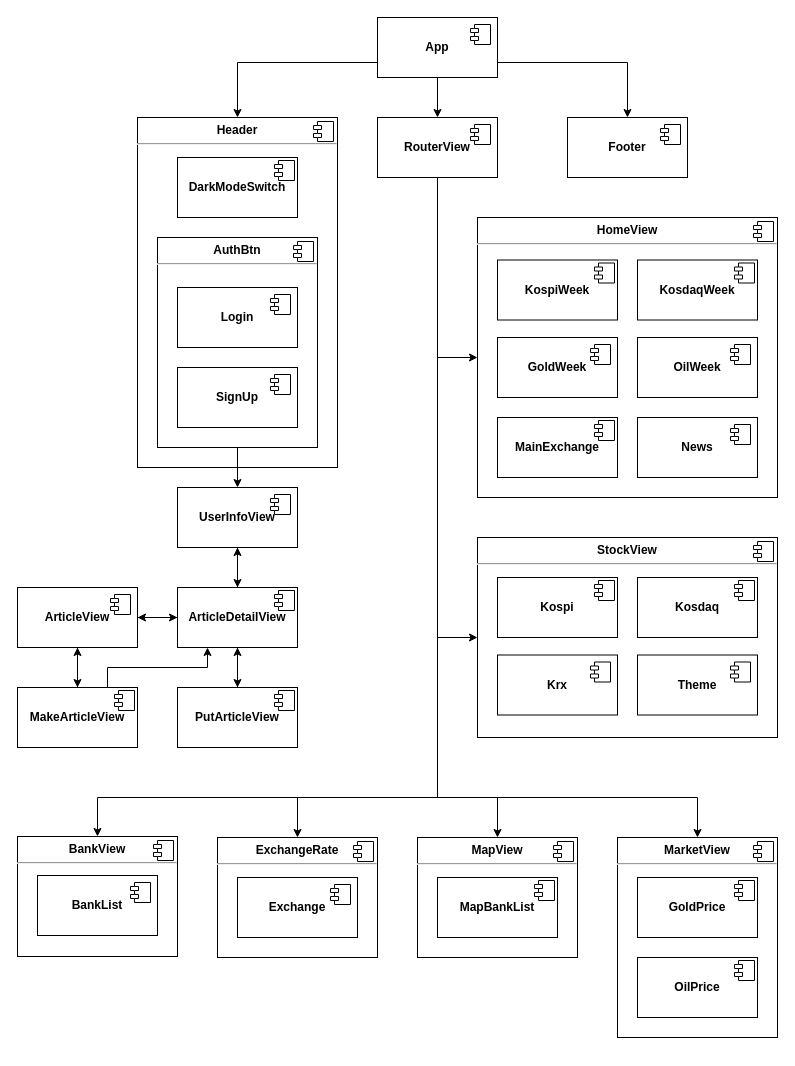
This is 컴포넌트구조도.drawio from Shin-3117/SSAFY_Team_Project, a draw.io file, before an edit. Source tidied: cells renumbered, new cells numbered last; positions are measured from the earlier drawing's top-left corner, leaving out a move shared by most shapes. Both pictures are drawn from the tidied source at 100%, with x=0, y=0 at pixel (17, 17).
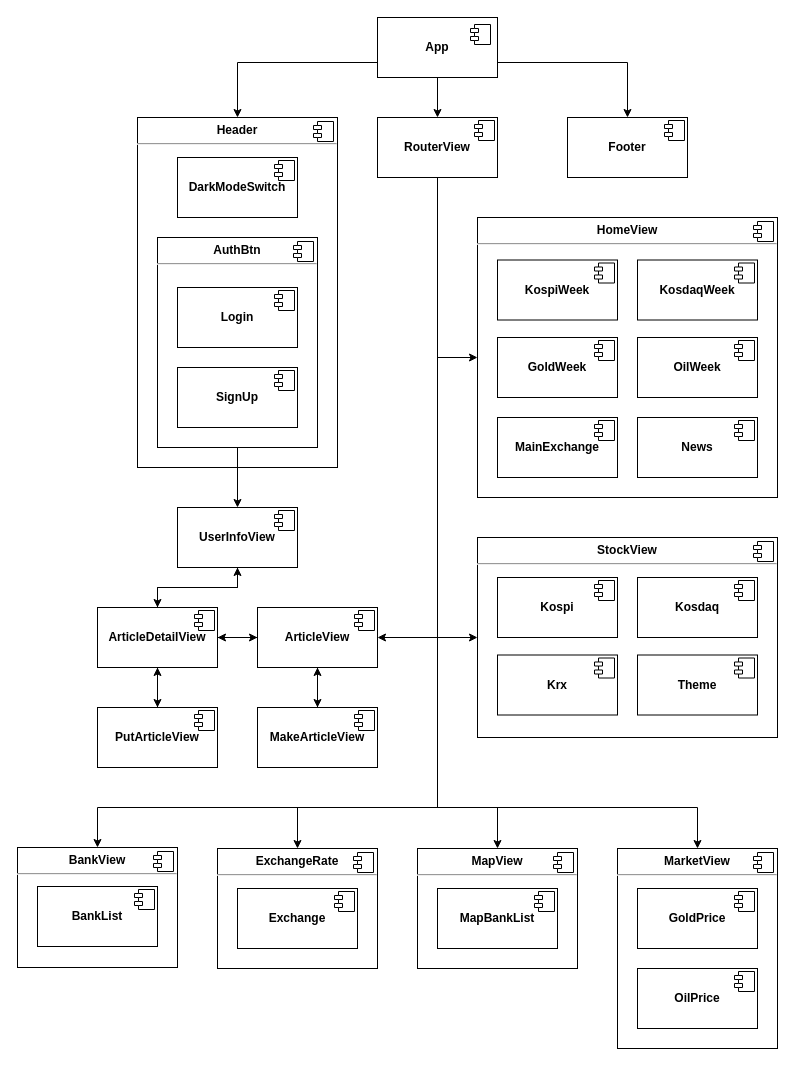
After the change.

Commit message:
컴포넌트구조도.drawio 업데이트

The change refers to these unchanged cells:
```xml
<mxCell id="13" value="&lt;b&gt;RouterView&lt;/b&gt;" style="html=1;whiteSpace=wrap;" parent="1" vertex="1">
  <mxGeometry x="360" y="100" width="120" height="60" as="geometry" />
</mxCell>
<mxCell id="15" value="&lt;b&gt;Footer&lt;/b&gt;" style="html=1;whiteSpace=wrap;" parent="1" vertex="1">
  <mxGeometry x="550" y="100" width="120" height="60" as="geometry" />
</mxCell>
<mxCell id="30" value="&lt;b&gt;GoldWeek&lt;/b&gt;" style="html=1;whiteSpace=wrap;" parent="1" vertex="1">
  <mxGeometry x="480" y="320" width="120" height="60" as="geometry" />
</mxCell>
<mxCell id="32" value="&lt;b&gt;OilWeek&lt;/b&gt;" style="html=1;whiteSpace=wrap;" parent="1" vertex="1">
  <mxGeometry x="620" y="320" width="120" height="60" as="geometry" />
</mxCell>
<mxCell id="36" value="&lt;b&gt;News&lt;/b&gt;" style="html=1;whiteSpace=wrap;" parent="1" vertex="1">
  <mxGeometry x="620" y="400" width="120" height="60" as="geometry" />
</mxCell>
<mxCell id="43" value="&lt;b&gt;Login&lt;/b&gt;" style="html=1;whiteSpace=wrap;" parent="1" vertex="1">
  <mxGeometry x="160" y="270" width="120" height="60" as="geometry" />
</mxCell>
<mxCell id="45" value="&lt;b&gt;SignUp&lt;/b&gt;" style="html=1;whiteSpace=wrap;" parent="1" vertex="1">
  <mxGeometry x="160" y="350" width="120" height="60" as="geometry" />
</mxCell>
<mxCell id="74" value="&lt;b&gt;Krx&lt;/b&gt;" style="html=1;whiteSpace=wrap;" parent="1" vertex="1">
  <mxGeometry x="480" y="637.5" width="120" height="60" as="geometry" />
</mxCell>
<mxCell id="76" value="&lt;b&gt;Theme&lt;/b&gt;" style="html=1;whiteSpace=wrap;" parent="1" vertex="1">
  <mxGeometry x="620" y="637.5" width="120" height="60" as="geometry" />
</mxCell>
```

Change to the diagram source:
```diff
@@
     <mxCell id="9" style="edgeStyle=orthogonalEdgeStyle;rounded=0;jettySize=auto;html=1;exitX=0.5;exitY=1;exitDx=0;exitDy=0;entryX=0.5;entryY=0;entryDx=0;entryDy=0;" parent="1" edge="1" source="13" target="58">
       <mxGeometry relative="1" as="geometry">
         <Array as="points">
-          <mxPoint x="420" y="780" />
-          <mxPoint x="480" y="780" />
+          <mxPoint x="420" y="790" />
+          <mxPoint x="480" y="790" />
         </Array>
       </mxGeometry>
     </mxCell>
     <mxCell id="10" style="edgeStyle=orthogonalEdgeStyle;rounded=0;jettySize=auto;html=1;entryX=0.5;entryY=0;entryDx=0;entryDy=0;exitX=0.5;exitY=1;exitDx=0;exitDy=0;" parent="1" edge="1" source="13" target="62">
       <mxGeometry relative="1" as="geometry">
         <Array as="points">
-          <mxPoint x="420" y="780" />
-          <mxPoint x="680" y="780" />
+          <mxPoint x="420" y="790" />
+          <mxPoint x="680" y="790" />
         </Array>
       </mxGeometry>
     </mxCell>
     <mxCell id="11" style="edgeStyle=orthogonalEdgeStyle;rounded=0;jettySize=auto;html=1;entryX=0.5;entryY=0;entryDx=0;entryDy=0;" parent="1" edge="1" source="13" target="54">
       <mxGeometry relative="1" as="geometry">
         <Array as="points">
-          <mxPoint x="420" y="780" />
-          <mxPoint x="280" y="780" />
+          <mxPoint x="420" y="790" />
+          <mxPoint x="280" y="790" />
         </Array>
       </mxGeometry>
     </mxCell>
     <mxCell id="12" style="edgeStyle=orthogonalEdgeStyle;rounded=0;jettySize=auto;html=1;exitX=0.5;exitY=1;exitDx=0;exitDy=0;entryX=0.5;entryY=0;entryDx=0;entryDy=0;" parent="1" edge="1" source="13" target="49">
       <mxGeometry relative="1" as="geometry">
         <Array as="points">
-          <mxPoint x="420" y="780" />
-          <mxPoint x="80" y="780" />
+          <mxPoint x="420" y="790" />
+          <mxPoint x="80" y="790" />
         </Array>
       </mxGeometry>
     </mxCell>
+    <mxCell id="90" style="edgeStyle=orthogonalEdgeStyle;rounded=0;jettySize=auto;html=1;exitX=0.5;exitY=1;exitDx=0;exitDy=0;entryX=1;entryY=0.5;entryDx=0;entryDy=0;" parent="1" edge="1" source="13" target="19">
+      <mxGeometry relative="1" as="geometry" />
+    </mxCell>
@@
     <mxCell id="14" style="shape=module;jettyWidth=8;jettyHeight=4;" parent="13" vertex="1">
       <mxGeometry x="1" width="20" height="20" relative="1" as="geometry">
-        <mxPoint x="-27" y="7" as="offset" />
+        <mxPoint x="-23" y="3" as="offset" />
       </mxGeometry>
     </mxCell>
@@
     <mxCell id="16" style="shape=module;jettyWidth=8;jettyHeight=4;" parent="15" vertex="1">
       <mxGeometry x="1" width="20" height="20" relative="1" as="geometry">
-        <mxPoint x="-27" y="7" as="offset" />
+        <mxPoint x="-23" y="3" as="offset" />
       </mxGeometry>
     </mxCell>
+    <mxCell id="18" style="edgeStyle=orthogonalEdgeStyle;rounded=0;jettySize=auto;html=1;exitX=0.5;exitY=1;exitDx=0;exitDy=0;entryX=0.5;entryY=0;entryDx=0;entryDy=0;" parent="1" edge="1" source="19" target="85">
+      <mxGeometry relative="1" as="geometry" />
+    </mxCell>
-    <mxCell id="17" style="edgeStyle=orthogonalEdgeStyle;rounded=0;jettySize=auto;html=1;exitX=1;exitY=0.5;exitDx=0;exitDy=0;entryX=0;entryY=0.5;entryDx=0;entryDy=0;" parent="1" edge="1" source="19" target="81">
+    <mxCell id="17" style="edgeStyle=orthogonalEdgeStyle;rounded=0;jettySize=auto;html=1;exitX=0;exitY=0.5;exitDx=0;exitDy=0;entryX=1;entryY=0.5;entryDx=0;entryDy=0;" parent="1" edge="1" source="19" target="81">
       <mxGeometry relative="1" as="geometry" />
     </mxCell>
-    <mxCell id="18" style="edgeStyle=orthogonalEdgeStyle;rounded=0;jettySize=auto;html=1;exitX=0.5;exitY=1;exitDx=0;exitDy=0;entryX=0.5;entryY=0;entryDx=0;entryDy=0;" parent="1" edge="1" source="19" target="85">
-      <mxGeometry relative="1" as="geometry" />
-    </mxCell>
     <mxCell id="19" value="&lt;b&gt;ArticleView&lt;/b&gt;" style="html=1;whiteSpace=wrap;" parent="1" vertex="1">
-      <mxGeometry y="570" width="120" height="60" as="geometry" />
+      <mxGeometry x="240" y="590" width="120" height="60" as="geometry" />
     </mxCell>
     <mxCell id="20" style="shape=module;jettyWidth=8;jettyHeight=4;" parent="19" vertex="1">
       <mxGeometry x="1" width="20" height="20" relative="1" as="geometry">
-        <mxPoint x="-27" y="7" as="offset" />
+        <mxPoint x="-23" y="3" as="offset" />
       </mxGeometry>
     </mxCell>
@@
     <mxCell id="22" value="&lt;b&gt;UserInfoView&lt;/b&gt;" style="html=1;whiteSpace=wrap;" parent="1" vertex="1">
-      <mxGeometry x="160" y="470" width="120" height="60" as="geometry" />
+      <mxGeometry x="160" y="490" width="120" height="60" as="geometry" />
     </mxCell>
     <mxCell id="23" style="shape=module;jettyWidth=8;jettyHeight=4;" parent="22" vertex="1">
       <mxGeometry x="1" width="20" height="20" relative="1" as="geometry">
-        <mxPoint x="-27" y="7" as="offset" />
+        <mxPoint x="-23" y="3" as="offset" />
       </mxGeometry>
     </mxCell>
@@
     <mxCell id="31" style="shape=module;jettyWidth=8;jettyHeight=4;" parent="30" vertex="1">
       <mxGeometry x="1" width="20" height="20" relative="1" as="geometry">
-        <mxPoint x="-27" y="7" as="offset" />
+        <mxPoint x="-23" y="3" as="offset" />
       </mxGeometry>
     </mxCell>
@@
     <mxCell id="33" style="shape=module;jettyWidth=8;jettyHeight=4;" parent="32" vertex="1">
       <mxGeometry x="1" width="20" height="20" relative="1" as="geometry">
-        <mxPoint x="-27" y="7" as="offset" />
+        <mxPoint x="-23" y="3" as="offset" />
       </mxGeometry>
     </mxCell>
@@
     <mxCell id="37" style="shape=module;jettyWidth=8;jettyHeight=4;" parent="36" vertex="1">
       <mxGeometry x="1" width="20" height="20" relative="1" as="geometry">
-        <mxPoint x="-27" y="7" as="offset" />
+        <mxPoint x="-23" y="3" as="offset" />
       </mxGeometry>
     </mxCell>
@@
     <mxCell id="44" style="shape=module;jettyWidth=8;jettyHeight=4;" parent="43" vertex="1">
       <mxGeometry x="1" width="20" height="20" relative="1" as="geometry">
-        <mxPoint x="-27" y="7" as="offset" />
+        <mxPoint x="-23" y="3" as="offset" />
       </mxGeometry>
     </mxCell>
@@
     <mxCell id="46" style="shape=module;jettyWidth=8;jettyHeight=4;" parent="45" vertex="1">
       <mxGeometry x="1" width="20" height="20" relative="1" as="geometry">
-        <mxPoint x="-27" y="7" as="offset" />
+        <mxPoint x="-23" y="3" as="offset" />
       </mxGeometry>
     </mxCell>
@@
     <mxCell id="49" value="&lt;p style=&quot;margin:0px;margin-top:6px;text-align:center;&quot;&gt;&lt;b&gt;BankView&lt;/b&gt;&lt;/p&gt;&lt;hr&gt;&lt;p style=&quot;margin:0px;margin-left:8px;&quot;&gt;&lt;br&gt;&lt;/p&gt;" style="align=left;overflow=fill;html=1;whiteSpace=wrap;" parent="1" vertex="1">
-      <mxGeometry y="819" width="160" height="120" as="geometry" />
+      <mxGeometry y="830" width="160" height="120" as="geometry" />
     </mxCell>
@@
     <mxCell id="51" value="&lt;b&gt;BankList&lt;/b&gt;" style="html=1;whiteSpace=wrap;" parent="1" vertex="1">
-      <mxGeometry x="20" y="858" width="120" height="60" as="geometry" />
+      <mxGeometry x="20" y="869" width="120" height="60" as="geometry" />
     </mxCell>
     <mxCell id="52" style="shape=module;jettyWidth=8;jettyHeight=4;" parent="51" vertex="1">
       <mxGeometry x="1" width="20" height="20" relative="1" as="geometry">
-        <mxPoint x="-27" y="7" as="offset" />
+        <mxPoint x="-23" y="3" as="offset" />
       </mxGeometry>
     </mxCell>
@@
     <mxCell id="54" value="&lt;p style=&quot;margin:0px;margin-top:6px;text-align:center;&quot;&gt;&lt;b style=&quot;border-color: var(--border-color);&quot;&gt;ExchangeRate&lt;/b&gt;&lt;br&gt;&lt;/p&gt;&lt;hr&gt;&lt;p style=&quot;margin:0px;margin-left:8px;&quot;&gt;&lt;br&gt;&lt;/p&gt;" style="align=left;overflow=fill;html=1;whiteSpace=wrap;" parent="1" vertex="1">
-      <mxGeometry x="200" y="820" width="160" height="120" as="geometry" />
+      <mxGeometry x="200" y="831" width="160" height="120" as="geometry" />
     </mxCell>
@@
     <mxCell id="56" value="&lt;b&gt;Exchange&lt;/b&gt;" style="html=1;whiteSpace=wrap;" parent="1" vertex="1">
-      <mxGeometry x="220" y="860" width="120" height="60" as="geometry" />
+      <mxGeometry x="220" y="871" width="120" height="60" as="geometry" />
     </mxCell>
     <mxCell id="57" style="shape=module;jettyWidth=8;jettyHeight=4;" parent="56" vertex="1">
       <mxGeometry x="1" width="20" height="20" relative="1" as="geometry">
-        <mxPoint x="-27" y="7" as="offset" />
+        <mxPoint x="-23" y="3" as="offset" />
       </mxGeometry>
     </mxCell>
     <mxCell id="58" value="&lt;p style=&quot;margin:0px;margin-top:6px;text-align:center;&quot;&gt;&lt;b&gt;MapView&lt;/b&gt;&lt;/p&gt;&lt;hr&gt;&lt;p style=&quot;margin:0px;margin-left:8px;&quot;&gt;&lt;br&gt;&lt;/p&gt;" style="align=left;overflow=fill;html=1;whiteSpace=wrap;" parent="1" vertex="1">
-      <mxGeometry x="400" y="820" width="160" height="120" as="geometry" />
+      <mxGeometry x="400" y="831" width="160" height="120" as="geometry" />
     </mxCell>
@@
     <mxCell id="60" value="&lt;b&gt;MapBankList&lt;/b&gt;" style="html=1;whiteSpace=wrap;" parent="1" vertex="1">
-      <mxGeometry x="420" y="860" width="120" height="60" as="geometry" />
+      <mxGeometry x="420" y="871" width="120" height="60" as="geometry" />
     </mxCell>
@@
     <mxCell id="62" value="&lt;p style=&quot;margin:0px;margin-top:6px;text-align:center;&quot;&gt;&lt;b&gt;MarketView&lt;/b&gt;&lt;/p&gt;&lt;hr&gt;&lt;p style=&quot;margin:0px;margin-left:8px;&quot;&gt;&lt;br&gt;&lt;/p&gt;" style="align=left;overflow=fill;html=1;whiteSpace=wrap;" parent="1" vertex="1">
-      <mxGeometry x="600" y="820" width="160" height="200" as="geometry" />
+      <mxGeometry x="600" y="831" width="160" height="200" as="geometry" />
     </mxCell>
@@
     <mxCell id="64" value="&lt;b&gt;GoldPrice&lt;/b&gt;" style="html=1;whiteSpace=wrap;" parent="1" vertex="1">
-      <mxGeometry x="620" y="860" width="120" height="60" as="geometry" />
+      <mxGeometry x="620" y="871" width="120" height="60" as="geometry" />
     </mxCell>
@@
     <mxCell id="66" value="&lt;b&gt;OilPrice&lt;/b&gt;" style="html=1;whiteSpace=wrap;" parent="1" vertex="1">
-      <mxGeometry x="620" y="940" width="120" height="60" as="geometry" />
+      <mxGeometry x="620" y="951" width="120" height="60" as="geometry" />
     </mxCell>
@@
     <mxCell id="75" style="shape=module;jettyWidth=8;jettyHeight=4;" parent="74" vertex="1">
       <mxGeometry x="1" width="20" height="20" relative="1" as="geometry">
-        <mxPoint x="-27" y="7" as="offset" />
+        <mxPoint x="-23" y="3" as="offset" />
       </mxGeometry>
     </mxCell>
@@
     <mxCell id="77" style="shape=module;jettyWidth=8;jettyHeight=4;" parent="76" vertex="1">
       <mxGeometry x="1" width="20" height="20" relative="1" as="geometry">
-        <mxPoint x="-27" y="7" as="offset" />
+        <mxPoint x="-23" y="3" as="offset" />
       </mxGeometry>
     </mxCell>
@@
-    <mxCell id="79" style="edgeStyle=orthogonalEdgeStyle;rounded=0;jettySize=auto;html=1;exitX=0;exitY=0.5;exitDx=0;exitDy=0;" parent="1" edge="1" source="81">
-      <mxGeometry relative="1" as="geometry">
-        <mxPoint x="120" y="600" as="targetPoint" />
-      </mxGeometry>
-    </mxCell>
@@
+    <mxCell id="91" style="edgeStyle=orthogonalEdgeStyle;rounded=0;jettySize=auto;html=1;exitX=1;exitY=0.5;exitDx=0;exitDy=0;entryX=0;entryY=0.5;entryDx=0;entryDy=0;" parent="1" edge="1" source="81" target="19">
+      <mxGeometry relative="1" as="geometry" />
+    </mxCell>
     <mxCell id="81" value="&lt;b&gt;ArticleDetailView&lt;/b&gt;" style="html=1;whiteSpace=wrap;" parent="1" vertex="1">
-      <mxGeometry x="160" y="570" width="120" height="60" as="geometry" />
+      <mxGeometry x="80" y="590" width="120" height="60" as="geometry" />
     </mxCell>
@@
-    <mxCell id="84" style="edgeStyle=orthogonalEdgeStyle;rounded=0;jettySize=auto;html=1;exitX=0.75;exitY=0;exitDx=0;exitDy=0;entryX=0.25;entryY=1;entryDx=0;entryDy=0;" parent="1" edge="1" source="85" target="81">
-      <mxGeometry relative="1" as="geometry" />
-    </mxCell>
     <mxCell id="85" value="&lt;b&gt;MakeArticleView&lt;/b&gt;" style="html=1;whiteSpace=wrap;" parent="1" vertex="1">
-      <mxGeometry y="670" width="120" height="60" as="geometry" />
+      <mxGeometry x="240" y="690" width="120" height="60" as="geometry" />
     </mxCell>
@@
     <mxCell id="88" value="&lt;b&gt;PutArticleView&lt;/b&gt;" style="html=1;whiteSpace=wrap;" parent="1" vertex="1">
-      <mxGeometry x="160" y="670" width="120" height="60" as="geometry" />
+      <mxGeometry x="80" y="690" width="120" height="60" as="geometry" />
     </mxCell>
```
